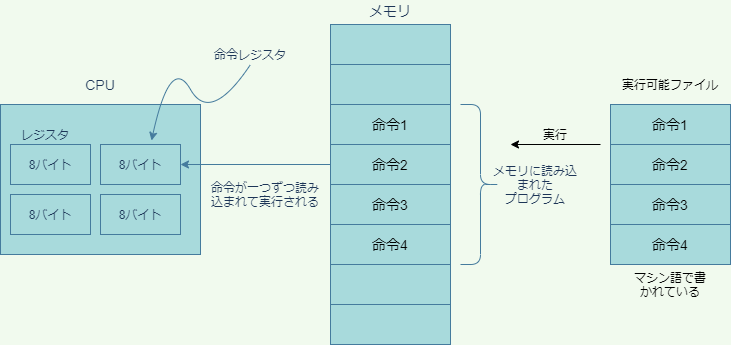
This is programming2021/img/register.drawio.png from kut-econ/kut-econ.github.io, a draw.io export, as it was before one commit. Source tidied: cells renumbered, new cells last; positions are measured from the earlier drawing's top-left corner, leaving out a move shared by most shapes. Source of this version:
```xml
<mxGraphModel background="#F1FAEE">
  <root>
    <mxCell id="0" />
    <mxCell id="1" parent="0" />
    <mxCell id="2" style="rounded=0;whiteSpace=wrap;html=1;sketch=0;strokeColor=#457B9D;fillColor=#A8DADC;fontColor=#1D3557;" parent="1" vertex="1">
      <mxGeometry y="104" width="200" height="150" as="geometry" />
    </mxCell>
    <mxCell id="3" value="8バイト" style="rounded=0;whiteSpace=wrap;html=1;sketch=0;strokeColor=#457B9D;fillColor=#A8DADC;fontColor=#1D3557;" parent="1" vertex="1">
      <mxGeometry x="10" y="144" width="80" height="40" as="geometry" />
    </mxCell>
    <mxCell id="4" value="8バイト" style="rounded=0;whiteSpace=wrap;html=1;sketch=0;strokeColor=#457B9D;fillColor=#A8DADC;fontColor=#1D3557;" parent="1" vertex="1">
      <mxGeometry x="100" y="144" width="80" height="40" as="geometry" />
    </mxCell>
    <mxCell id="5" value="8バイト" style="rounded=0;whiteSpace=wrap;html=1;sketch=0;strokeColor=#457B9D;fillColor=#A8DADC;fontColor=#1D3557;" parent="1" vertex="1">
      <mxGeometry x="10" y="194" width="80" height="40" as="geometry" />
    </mxCell>
    <mxCell id="6" value="8バイト" style="rounded=0;whiteSpace=wrap;html=1;sketch=0;strokeColor=#457B9D;fillColor=#A8DADC;fontColor=#1D3557;" parent="1" vertex="1">
      <mxGeometry x="100" y="194" width="80" height="40" as="geometry" />
    </mxCell>
    <mxCell id="7" value="レジスタ" style="text;html=1;strokeColor=none;fillColor=none;align=center;verticalAlign=middle;whiteSpace=wrap;rounded=0;sketch=0;fontColor=#1D3557;" parent="1" vertex="1">
      <mxGeometry x="10" y="124" width="70" height="20" as="geometry" />
    </mxCell>
    <mxCell id="8" style="shape=table;html=1;whiteSpace=wrap;startSize=0;rounded=0;sketch=0;strokeColor=#457B9D;fillColor=#A8DADC;fontColor=#1D3557;" parent="1" vertex="1">
      <mxGeometry x="330" y="24" width="120" height="320" as="geometry" />
    </mxCell>
    <mxCell id="9" style="shape=partialRectangle;html=1;whiteSpace=wrap;fillColor=none;top=0;left=0;bottom=0;right=0;" parent="8" vertex="1">
      <mxGeometry width="120" height="40" as="geometry" />
    </mxCell>
    <mxCell id="10" style="shape=partialRectangle;html=1;whiteSpace=wrap;fillColor=none;top=0;left=0;bottom=0;right=0;overflow=hidden;" parent="9" vertex="1">
      <mxGeometry width="120" height="40" as="geometry" />
    </mxCell>
    <mxCell id="11" style="shape=partialRectangle;html=1;whiteSpace=wrap;fillColor=none;top=0;left=0;bottom=0;right=0;" parent="8" vertex="1">
      <mxGeometry y="40" width="120" height="40" as="geometry" />
    </mxCell>
    <mxCell id="12" style="shape=partialRectangle;html=1;whiteSpace=wrap;fillColor=none;top=0;left=0;bottom=0;right=0;overflow=hidden;" parent="11" vertex="1">
      <mxGeometry width="120" height="40" as="geometry" />
    </mxCell>
    <mxCell id="13" style="shape=partialRectangle;html=1;whiteSpace=wrap;fillColor=none;top=0;left=0;bottom=0;right=0;" parent="8" vertex="1">
      <mxGeometry y="80" width="120" height="40" as="geometry" />
    </mxCell>
    <mxCell id="14" value="&lt;font color=&quot;#000000&quot; style=&quot;font-size: 14px&quot;&gt;命令1&lt;/font&gt;" style="shape=partialRectangle;html=1;whiteSpace=wrap;fillColor=none;top=0;left=0;bottom=0;right=0;overflow=hidden;" parent="13" vertex="1">
      <mxGeometry width="120" height="40" as="geometry" />
    </mxCell>
    <mxCell id="15" style="shape=partialRectangle;html=1;whiteSpace=wrap;fillColor=none;top=0;left=0;bottom=0;right=0;points=[[0,0.5],[1,0.5]];portConstraint=eastwest;" parent="8" vertex="1">
      <mxGeometry y="120" width="120" height="40" as="geometry" />
    </mxCell>
    <mxCell id="16" value="&lt;font color=&quot;#000000&quot; style=&quot;font-size: 14px&quot;&gt;命令2&lt;/font&gt;" style="shape=partialRectangle;html=1;whiteSpace=wrap;fillColor=none;top=0;left=0;bottom=0;right=0;overflow=hidden;" parent="15" vertex="1">
      <mxGeometry width="120" height="40" as="geometry" />
    </mxCell>
    <mxCell id="17" style="shape=partialRectangle;html=1;whiteSpace=wrap;fillColor=none;top=0;left=0;bottom=0;right=0;" parent="8" vertex="1">
      <mxGeometry y="160" width="120" height="40" as="geometry" />
    </mxCell>
    <mxCell id="18" value="&lt;font color=&quot;#000000&quot; style=&quot;font-size: 14px&quot;&gt;命令3&lt;/font&gt;" style="shape=partialRectangle;html=1;whiteSpace=wrap;fillColor=none;top=0;left=0;bottom=0;right=0;overflow=hidden;" parent="17" vertex="1">
      <mxGeometry width="120" height="40" as="geometry" />
    </mxCell>
    <mxCell id="19" style="shape=partialRectangle;html=1;whiteSpace=wrap;fillColor=none;top=0;left=0;bottom=0;right=0;" parent="8" vertex="1">
      <mxGeometry y="200" width="120" height="40" as="geometry" />
    </mxCell>
    <mxCell id="20" value="&lt;font color=&quot;#000000&quot; style=&quot;font-size: 14px&quot;&gt;命令4&lt;/font&gt;" style="shape=partialRectangle;html=1;whiteSpace=wrap;fillColor=none;top=0;left=0;bottom=0;right=0;overflow=hidden;" parent="19" vertex="1">
      <mxGeometry width="120" height="40" as="geometry" />
    </mxCell>
    <mxCell id="21" style="shape=partialRectangle;html=1;whiteSpace=wrap;fillColor=none;top=0;left=0;bottom=0;right=0;" parent="8" vertex="1">
      <mxGeometry y="240" width="120" height="40" as="geometry" />
    </mxCell>
    <mxCell id="22" style="shape=partialRectangle;html=1;whiteSpace=wrap;fillColor=none;top=0;left=0;bottom=0;right=0;overflow=hidden;" parent="21" vertex="1">
      <mxGeometry width="120" height="40" as="geometry" />
    </mxCell>
    <mxCell id="23" style="shape=partialRectangle;html=1;whiteSpace=wrap;fillColor=none;top=0;left=0;bottom=0;right=0;" parent="8" vertex="1">
      <mxGeometry y="280" width="120" height="40" as="geometry" />
    </mxCell>
    <mxCell id="24" style="shape=partialRectangle;html=1;whiteSpace=wrap;fillColor=none;top=0;left=0;bottom=0;right=0;overflow=hidden;" parent="23" vertex="1">
      <mxGeometry width="120" height="40" as="geometry" />
    </mxCell>
    <mxCell id="25" value="&lt;font style=&quot;font-size: 14px&quot;&gt;メモリ&lt;/font&gt;" style="text;html=1;strokeColor=none;fillColor=none;align=center;verticalAlign=middle;whiteSpace=wrap;rounded=0;sketch=0;fontColor=#1D3557;" parent="1" vertex="1">
      <mxGeometry x="360" width="60" height="20" as="geometry" />
    </mxCell>
    <mxCell id="26" style="shape=curlyBracket;whiteSpace=wrap;html=1;rounded=1;sketch=0;strokeColor=#457B9D;fillColor=#A8DADC;fontColor=#1D3557;flipH=1;" parent="1" vertex="1">
      <mxGeometry x="460" y="104" width="40" height="160" as="geometry" />
    </mxCell>
    <mxCell id="27" value="メモリに読み込まれた&lt;br&gt;プログラム" style="text;html=1;strokeColor=none;fillColor=none;align=center;verticalAlign=middle;whiteSpace=wrap;rounded=0;sketch=0;fontColor=#1D3557;" parent="1" vertex="1">
      <mxGeometry x="490" y="174" width="90" height="20" as="geometry" />
    </mxCell>
    <mxCell id="28" style="endArrow=classic;html=1;strokeColor=#457B9D;fillColor=#A8DADC;fontColor=#1D3557;entryX=1;entryY=0.5;entryDx=0;entryDy=0;exitX=0;exitY=0.5;exitDx=0;exitDy=0;" parent="1" edge="1" source="15" target="4">
      <mxGeometry relative="1" as="geometry" />
    </mxCell>
    <mxCell id="29" value="命令が一つずつ読み込まれて実行される" style="text;html=1;strokeColor=none;fillColor=none;align=center;verticalAlign=middle;whiteSpace=wrap;rounded=0;sketch=0;fontColor=#1D3557;" parent="1" vertex="1">
      <mxGeometry x="210" y="184" width="110" height="20" as="geometry" />
    </mxCell>
    <mxCell id="30" value="命令レジスタ" style="text;html=1;strokeColor=none;fillColor=none;align=center;verticalAlign=middle;whiteSpace=wrap;rounded=0;sketch=0;fontColor=#1D3557;" parent="1" vertex="1">
      <mxGeometry x="210" y="44" width="80" height="20" as="geometry" />
    </mxCell>
    <mxCell id="31" style="curved=1;endArrow=classic;html=1;strokeColor=#457B9D;fillColor=#A8DADC;fontColor=#1D3557;exitX=0.5;exitY=1;exitDx=0;exitDy=0;" parent="1" edge="1" source="30">
      <mxGeometry relative="1" as="geometry">
        <mxPoint x="151" y="140" as="targetPoint" />
        <Array as="points">
          <mxPoint x="210" y="124" />
          <mxPoint x="170" y="54" />
        </Array>
      </mxGeometry>
    </mxCell>
    <mxCell id="32" value="&lt;font style=&quot;font-size: 14px&quot;&gt;CPU&lt;/font&gt;" style="text;html=1;strokeColor=none;fillColor=none;align=center;verticalAlign=middle;whiteSpace=wrap;rounded=0;sketch=0;fontColor=#1D3557;" parent="1" vertex="1">
      <mxGeometry x="80" y="74" width="40" height="20" as="geometry" />
    </mxCell>
    <mxCell id="33" style="shape=table;html=1;whiteSpace=wrap;startSize=0;rounded=0;sketch=0;strokeColor=#457B9D;fillColor=#A8DADC;fontColor=#1D3557;" parent="1" vertex="1">
      <mxGeometry x="610" y="104" width="120" height="160" as="geometry" />
    </mxCell>
    <mxCell id="34" style="shape=partialRectangle;html=1;whiteSpace=wrap;fillColor=none;top=0;left=0;bottom=0;right=0;" parent="33" vertex="1">
      <mxGeometry width="120" height="40" as="geometry" />
    </mxCell>
    <mxCell id="35" value="&lt;font color=&quot;#000000&quot; style=&quot;font-size: 14px&quot;&gt;命令1&lt;/font&gt;" style="shape=partialRectangle;html=1;whiteSpace=wrap;fillColor=none;top=0;left=0;bottom=0;right=0;overflow=hidden;" parent="34" vertex="1">
      <mxGeometry width="120" height="40" as="geometry" />
    </mxCell>
    <mxCell id="36" style="shape=partialRectangle;html=1;whiteSpace=wrap;fillColor=none;top=0;left=0;bottom=0;right=0;" parent="33" vertex="1">
      <mxGeometry y="40" width="120" height="40" as="geometry" />
    </mxCell>
    <mxCell id="37" value="&lt;font color=&quot;#000000&quot; style=&quot;font-size: 14px&quot;&gt;命令2&lt;/font&gt;" style="shape=partialRectangle;html=1;whiteSpace=wrap;fillColor=none;top=0;left=0;bottom=0;right=0;overflow=hidden;" parent="36" vertex="1">
      <mxGeometry width="120" height="40" as="geometry" />
    </mxCell>
    <mxCell id="38" style="shape=partialRectangle;html=1;whiteSpace=wrap;fillColor=none;top=0;left=0;bottom=0;right=0;" parent="33" vertex="1">
      <mxGeometry y="80" width="120" height="40" as="geometry" />
    </mxCell>
    <mxCell id="39" value="&lt;font color=&quot;#000000&quot; style=&quot;font-size: 14px&quot;&gt;命令3&lt;/font&gt;" style="shape=partialRectangle;html=1;whiteSpace=wrap;fillColor=none;top=0;left=0;bottom=0;right=0;overflow=hidden;" parent="38" vertex="1">
      <mxGeometry width="120" height="40" as="geometry" />
    </mxCell>
    <mxCell id="40" style="shape=partialRectangle;html=1;whiteSpace=wrap;fillColor=none;top=0;left=0;bottom=0;right=0;" parent="33" vertex="1">
      <mxGeometry y="120" width="120" height="40" as="geometry" />
    </mxCell>
    <mxCell id="41" value="&lt;font color=&quot;#000000&quot; style=&quot;font-size: 14px&quot;&gt;命令4&lt;/font&gt;" style="shape=partialRectangle;html=1;whiteSpace=wrap;fillColor=none;top=0;left=0;bottom=0;right=0;overflow=hidden;" parent="40" vertex="1">
      <mxGeometry width="120" height="40" as="geometry" />
    </mxCell>
    <mxCell id="42" value="&lt;font color=&quot;#000000&quot;&gt;実行可能ファイル&lt;/font&gt;" style="text;html=1;strokeColor=none;fillColor=none;align=center;verticalAlign=middle;whiteSpace=wrap;rounded=0;" parent="1" vertex="1">
      <mxGeometry x="620" y="74" width="100" height="20" as="geometry" />
    </mxCell>
    <mxCell id="43" value="&lt;font color=&quot;#000000&quot;&gt;マシン語で書かれている&lt;/font&gt;" style="text;html=1;strokeColor=none;fillColor=none;align=center;verticalAlign=middle;whiteSpace=wrap;rounded=0;" parent="1" vertex="1">
      <mxGeometry x="630" y="274" width="80" height="20" as="geometry" />
    </mxCell>
    <mxCell id="44" style="endArrow=classic;html=1;strokeColor=#000000;" parent="1" edge="1">
      <mxGeometry relative="1" as="geometry">
        <mxPoint x="600" y="144" as="sourcePoint" />
        <mxPoint x="510" y="144" as="targetPoint" />
      </mxGeometry>
    </mxCell>
    <mxCell id="45" value="&lt;font color=&quot;#000000&quot;&gt;実行&lt;/font&gt;" style="text;html=1;strokeColor=none;fillColor=none;align=center;verticalAlign=middle;whiteSpace=wrap;rounded=0;" parent="1" vertex="1">
      <mxGeometry x="530" y="124" width="50" height="20" as="geometry" />
    </mxCell>
  </root>
</mxGraphModel>
```
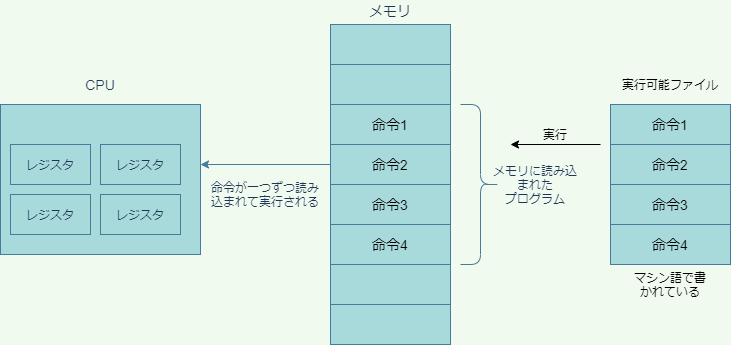
After the commit.

Diff of the diagram source:
```diff
@@ -5,21 +5,18 @@
     <mxCell id="2" style="rounded=0;whiteSpace=wrap;html=1;sketch=0;strokeColor=#457B9D;fillColor=#A8DADC;fontColor=#1D3557;" parent="1" vertex="1">
       <mxGeometry y="104" width="200" height="150" as="geometry" />
     </mxCell>
-    <mxCell id="3" value="8バイト" style="rounded=0;whiteSpace=wrap;html=1;sketch=0;strokeColor=#457B9D;fillColor=#A8DADC;fontColor=#1D3557;" parent="1" vertex="1">
+    <mxCell id="3" value="レジスタ" style="rounded=0;whiteSpace=wrap;html=1;sketch=0;strokeColor=#457B9D;fillColor=#A8DADC;fontColor=#1D3557;" parent="1" vertex="1">
       <mxGeometry x="10" y="144" width="80" height="40" as="geometry" />
     </mxCell>
-    <mxCell id="4" value="8バイト" style="rounded=0;whiteSpace=wrap;html=1;sketch=0;strokeColor=#457B9D;fillColor=#A8DADC;fontColor=#1D3557;" parent="1" vertex="1">
+    <mxCell id="4" value="レジスタ" style="rounded=0;whiteSpace=wrap;html=1;sketch=0;strokeColor=#457B9D;fillColor=#A8DADC;fontColor=#1D3557;" parent="1" vertex="1">
       <mxGeometry x="100" y="144" width="80" height="40" as="geometry" />
     </mxCell>
-    <mxCell id="5" value="8バイト" style="rounded=0;whiteSpace=wrap;html=1;sketch=0;strokeColor=#457B9D;fillColor=#A8DADC;fontColor=#1D3557;" parent="1" vertex="1">
+    <mxCell id="5" value="レジスタ" style="rounded=0;whiteSpace=wrap;html=1;sketch=0;strokeColor=#457B9D;fillColor=#A8DADC;fontColor=#1D3557;" parent="1" vertex="1">
       <mxGeometry x="10" y="194" width="80" height="40" as="geometry" />
     </mxCell>
-    <mxCell id="6" value="8バイト" style="rounded=0;whiteSpace=wrap;html=1;sketch=0;strokeColor=#457B9D;fillColor=#A8DADC;fontColor=#1D3557;" parent="1" vertex="1">
+    <mxCell id="6" value="レジスタ" style="rounded=0;whiteSpace=wrap;html=1;sketch=0;strokeColor=#457B9D;fillColor=#A8DADC;fontColor=#1D3557;" parent="1" vertex="1">
       <mxGeometry x="100" y="194" width="80" height="40" as="geometry" />
     </mxCell>
-    <mxCell id="7" value="レジスタ" style="text;html=1;strokeColor=none;fillColor=none;align=center;verticalAlign=middle;whiteSpace=wrap;rounded=0;sketch=0;fontColor=#1D3557;" parent="1" vertex="1">
-      <mxGeometry x="10" y="124" width="70" height="20" as="geometry" />
-    </mxCell>
     <mxCell id="8" style="shape=table;html=1;whiteSpace=wrap;startSize=0;rounded=0;sketch=0;strokeColor=#457B9D;fillColor=#A8DADC;fontColor=#1D3557;" parent="1" vertex="1">
       <mxGeometry x="330" y="24" width="120" height="320" as="geometry" />
     </mxCell>
@@ -80,24 +77,14 @@
     <mxCell id="27" value="メモリに読み込まれた&lt;br&gt;プログラム" style="text;html=1;strokeColor=none;fillColor=none;align=center;verticalAlign=middle;whiteSpace=wrap;rounded=0;sketch=0;fontColor=#1D3557;" parent="1" vertex="1">
       <mxGeometry x="490" y="174" width="90" height="20" as="geometry" />
     </mxCell>
-    <mxCell id="28" style="endArrow=classic;html=1;strokeColor=#457B9D;fillColor=#A8DADC;fontColor=#1D3557;entryX=1;entryY=0.5;entryDx=0;entryDy=0;exitX=0;exitY=0.5;exitDx=0;exitDy=0;" parent="1" edge="1" source="15" target="4">
-      <mxGeometry relative="1" as="geometry" />
+    <mxCell id="28" style="endArrow=classic;html=1;strokeColor=#457B9D;fillColor=#A8DADC;fontColor=#1D3557;exitX=0;exitY=0.5;exitDx=0;exitDy=0;" parent="1" edge="1" source="15">
+      <mxGeometry relative="1" as="geometry">
+        <mxPoint x="200" y="164" as="targetPoint" />
+      </mxGeometry>
     </mxCell>
     <mxCell id="29" value="命令が一つずつ読み込まれて実行される" style="text;html=1;strokeColor=none;fillColor=none;align=center;verticalAlign=middle;whiteSpace=wrap;rounded=0;sketch=0;fontColor=#1D3557;" parent="1" vertex="1">
       <mxGeometry x="210" y="184" width="110" height="20" as="geometry" />
     </mxCell>
-    <mxCell id="30" value="命令レジスタ" style="text;html=1;strokeColor=none;fillColor=none;align=center;verticalAlign=middle;whiteSpace=wrap;rounded=0;sketch=0;fontColor=#1D3557;" parent="1" vertex="1">
-      <mxGeometry x="210" y="44" width="80" height="20" as="geometry" />
-    </mxCell>
-    <mxCell id="31" style="curved=1;endArrow=classic;html=1;strokeColor=#457B9D;fillColor=#A8DADC;fontColor=#1D3557;exitX=0.5;exitY=1;exitDx=0;exitDy=0;" parent="1" edge="1" source="30">
-      <mxGeometry relative="1" as="geometry">
-        <mxPoint x="151" y="140" as="targetPoint" />
-        <Array as="points">
-          <mxPoint x="210" y="124" />
-          <mxPoint x="170" y="54" />
-        </Array>
-      </mxGeometry>
-    </mxCell>
     <mxCell id="32" value="&lt;font style=&quot;font-size: 14px&quot;&gt;CPU&lt;/font&gt;" style="text;html=1;strokeColor=none;fillColor=none;align=center;verticalAlign=middle;whiteSpace=wrap;rounded=0;sketch=0;fontColor=#1D3557;" parent="1" vertex="1">
       <mxGeometry x="80" y="74" width="40" height="20" as="geometry" />
     </mxCell>
```
